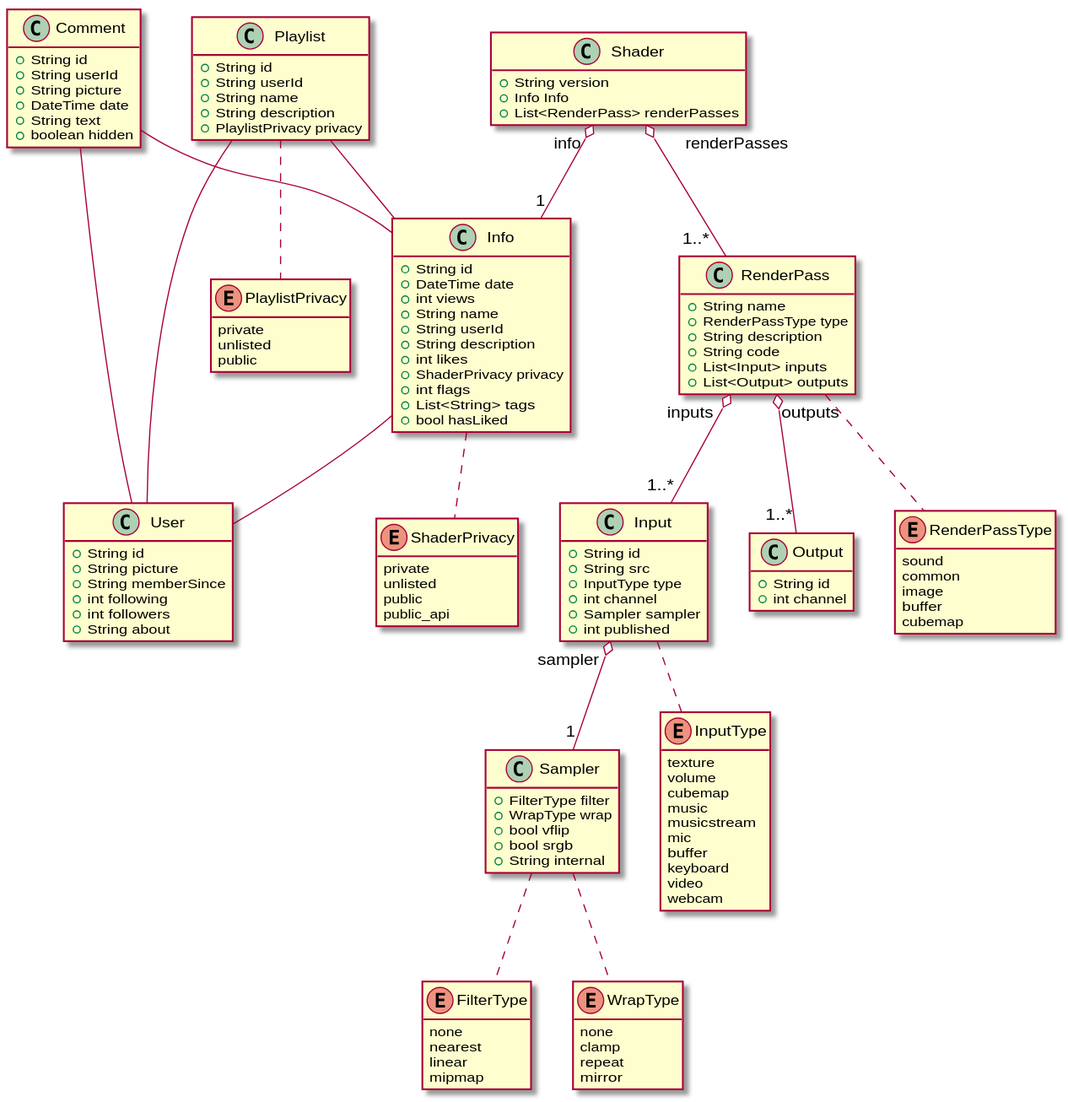
Before: model.svg, a diagram exported from PlantUML (ivoleitao/shadertoy_api).
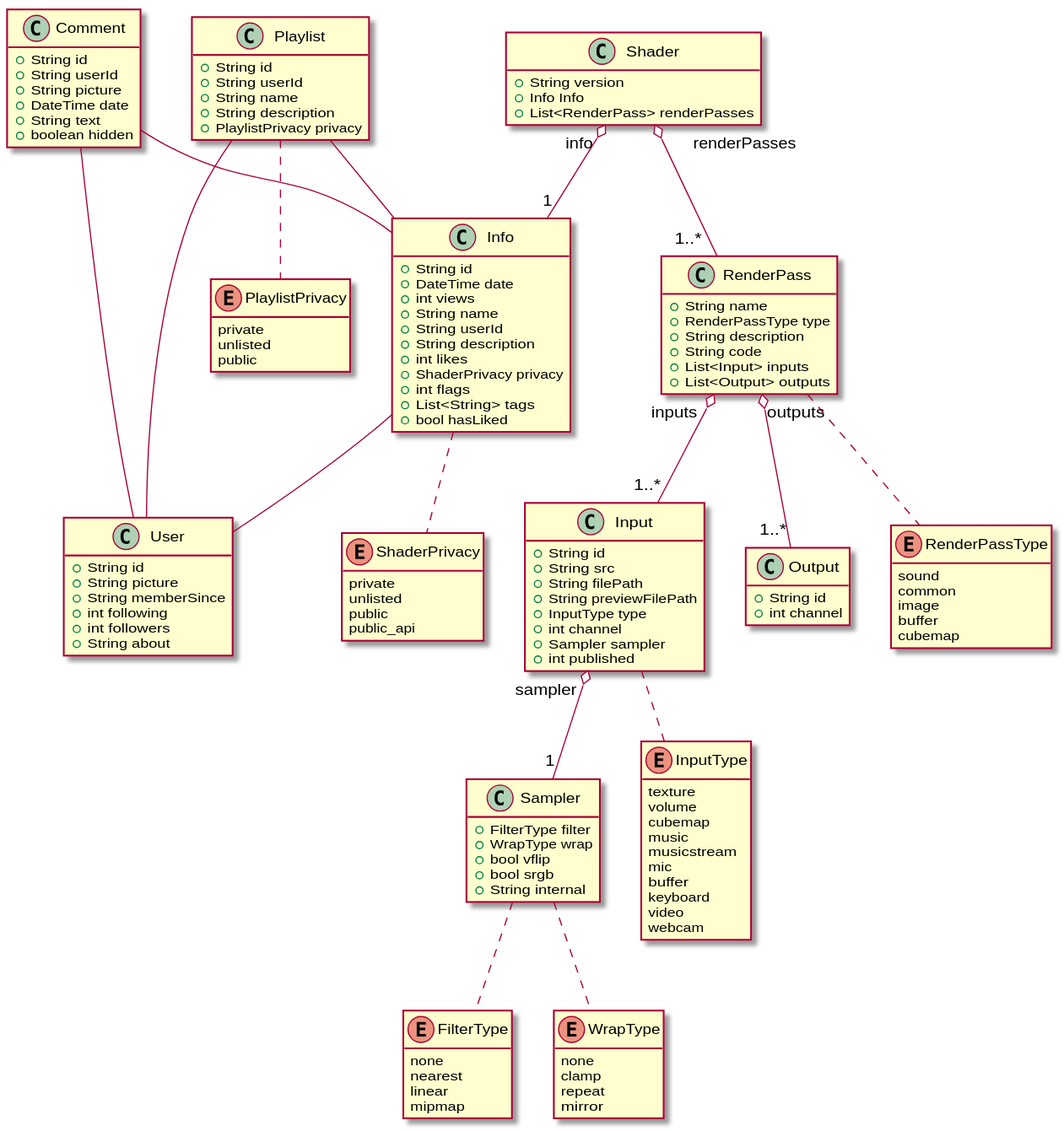
After the commit.

Commit message:
Generate SVG and PNG images for PlantUML diagrams

Change to the diagram source:
```diff
@@ -79,6 +79,8 @@
 class Input {
     +String id
     +String src
+    +String filePath
+    +String previewFilePath
     +InputType type
     +int channel
     +Sampler sampler
```
